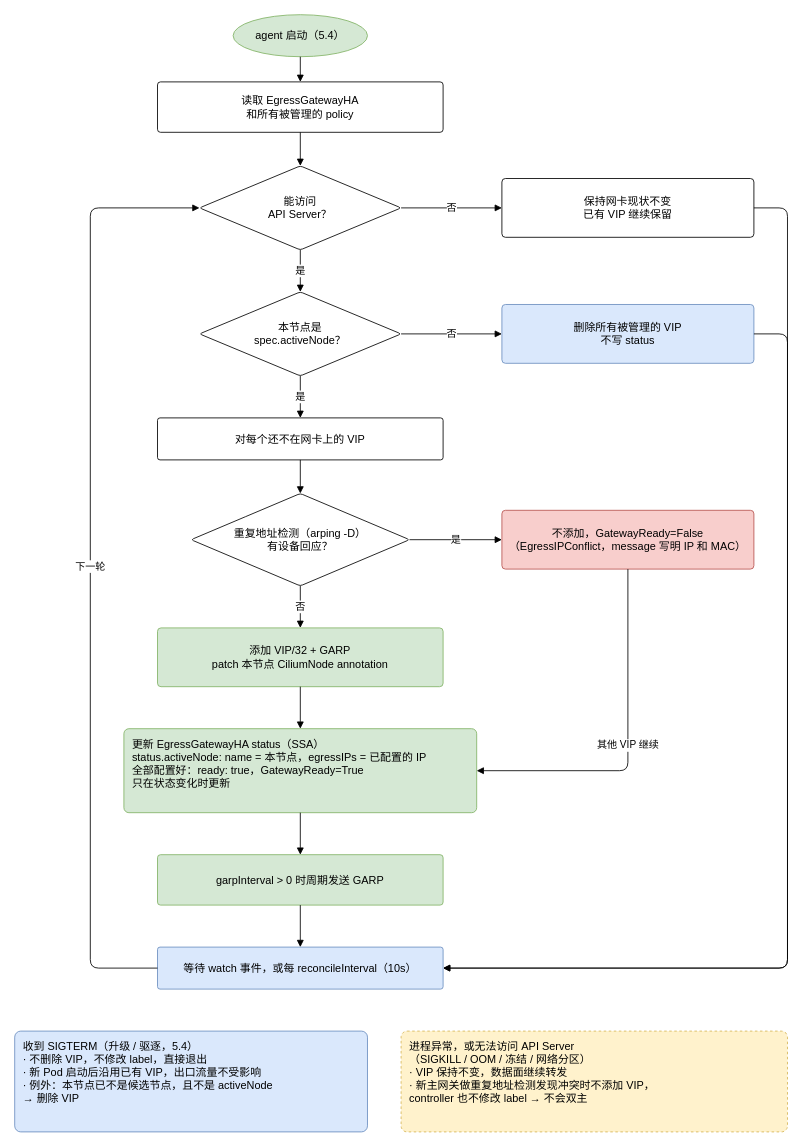
This is docs/images/agent-workflow.drawio from spidernet-io/cilium-egressgateway-ha, a draw.io file, before an edit. Source tidied: cells renumbered, new cells numbered last; positions are measured from the earlier drawing's top-left corner, leaving out a move shared by most shapes. Both pictures are drawn from the tidied source at 84%, with x=0, y=0 at pixel (14, 14).
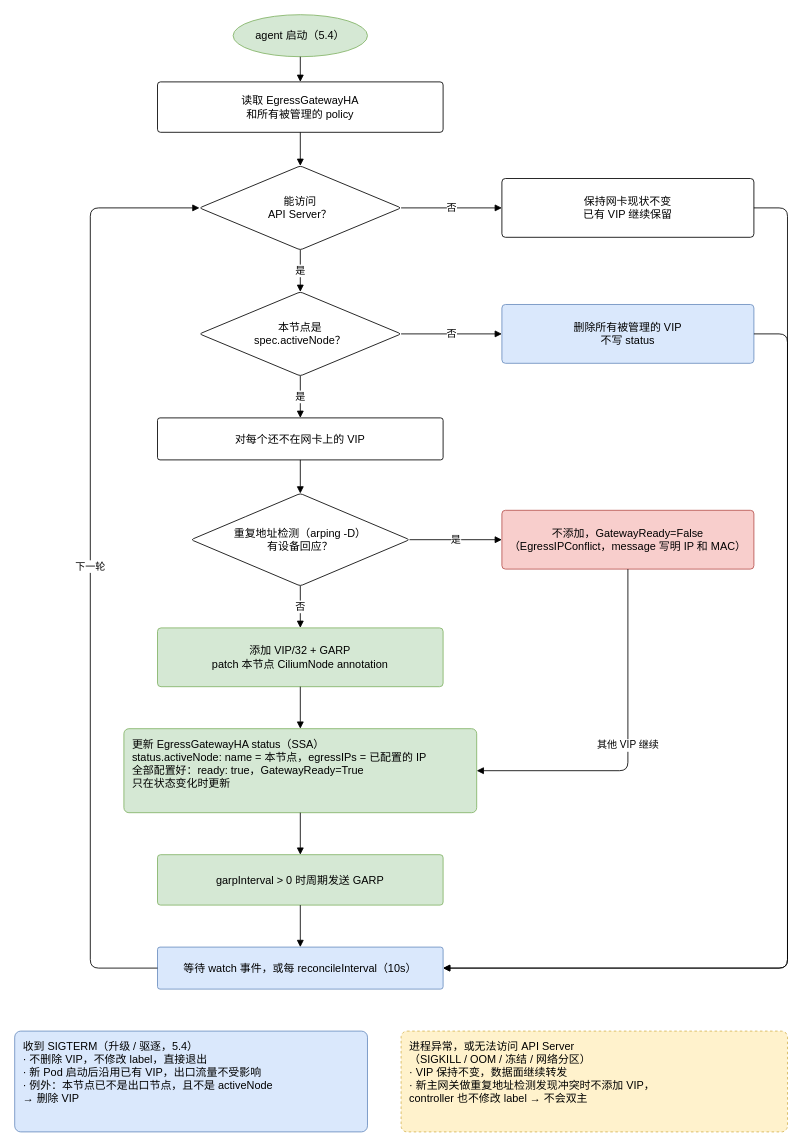
Above is the later version.

Change to the diagram source:
```diff
@@
-    <mxCell id="31" value="收到 SIGTERM（升级 / 驱逐，5.4）&lt;br&gt;· 不删除 VIP，不修改 label，直接退出&lt;br&gt;· 新 Pod 启动后沿用已有 VIP，出口流量不受影响&lt;br&gt;· 例外：本节点已不是候选节点，且不是 activeNode&lt;br&gt;  → 删除 VIP" style="rounded=1;whiteSpace=wrap;html=1;arcSize=6;fontSize=13;fillColor=#dae8fc;strokeColor=#6c8ebf;align=left;verticalAlign=top;spacingLeft=8;spacingTop=4;" parent="1" vertex="1">
+    <mxCell id="31" value="收到 SIGTERM（升级 / 驱逐，5.4）&lt;br&gt;· 不删除 VIP，不修改 label，直接退出&lt;br&gt;· 新 Pod 启动后沿用已有 VIP，出口流量不受影响&lt;br&gt;· 例外：本节点已不是出口节点，且不是 activeNode&lt;br&gt;  → 删除 VIP" style="rounded=1;whiteSpace=wrap;html=1;arcSize=6;fontSize=13;fillColor=#dae8fc;strokeColor=#6c8ebf;align=left;verticalAlign=top;spacingLeft=8;spacingTop=4;" parent="1" vertex="1">
       <mxGeometry y="1210" width="420" height="120" as="geometry" />
     </mxCell>
```
